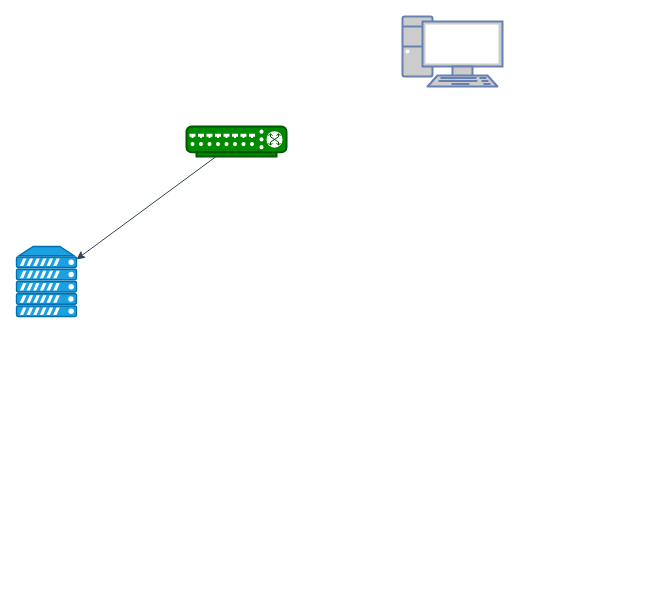
Above: Untitled Diagram.drawio in zhangluting123/drawio (draw.io), before the change. Source tidied: cells renumbered, new cells numbered last; positions are measured from the earlier drawing's top-left corner, leaving out a move shared by most shapes. Both pictures are drawn from the tidied source at 100%, with x=0, y=0 at pixel (16, 16).
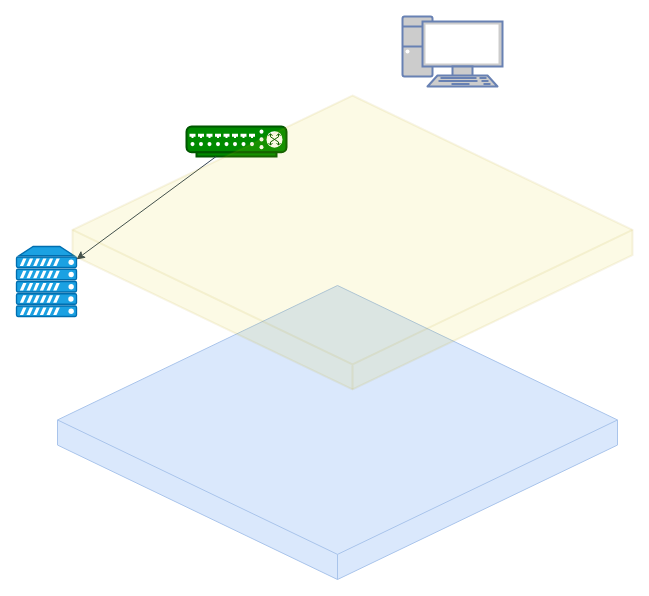
The same diagram, later.

The edit, as a diff of the source:
```diff
@@
 <mxGraphModel background="#FFFFFF">
   <root>
     <mxCell id="0" />
     <mxCell id="1" parent="0" />
     <mxCell id="2" style="verticalAlign=top;verticalLabelPosition=bottom;labelPosition=center;align=center;html=1;outlineConnect=0;fillColor=#008a00;strokeColor=#005700;gradientDirection=north;strokeWidth=2;shape=mxgraph.networks.switch;fontColor=#ffffff;rounded=0;" parent="1" vertex="1">
       <mxGeometry x="170" y="110" width="100" height="30" as="geometry" />
     </mxCell>
     <mxCell id="3" style="verticalAlign=top;verticalLabelPosition=bottom;labelPosition=center;align=center;html=1;outlineConnect=0;fillColor=#1ba1e2;gradientDirection=north;strokeWidth=2;shape=mxgraph.networks.server;strokeColor=#006EAF;fontColor=#ffffff;rounded=0;" parent="1" vertex="1">
       <mxGeometry y="230" width="60" height="70" as="geometry" />
     </mxCell>
     <mxCell id="4" style="fontColor=#0066CC;verticalAlign=top;verticalLabelPosition=bottom;labelPosition=center;align=center;html=1;fillColor=#CCCCCC;strokeColor=#6881B3;gradientColor=none;gradientDirection=north;strokeWidth=2;shape=mxgraph.networks.pc;rounded=0;" parent="1" vertex="1">
       <mxGeometry x="386" width="100" height="70" as="geometry" />
     </mxCell>
     <mxCell id="5" style="endArrow=classic;html=1;rounded=0;fillColor=#647687;strokeColor=#314354;" parent="1" edge="1" source="2" target="3">
       <mxGeometry relative="1" as="geometry" />
     </mxCell>
+    <mxCell id="6" style="html=1;whiteSpace=wrap;shape=isoCube2;backgroundOutline=1;isoAngle=15;fillColor=#dae8fc;strokeColor=#A9C4EB;" parent="1" vertex="1">
+      <mxGeometry x="41" y="269" width="560" height="294" as="geometry" />
+    </mxCell>
+    <mxCell id="7" style="html=1;whiteSpace=wrap;shape=isoCube2;backgroundOutline=1;isoAngle=15;fillColor=#e3c800;fontColor=#000000;strokeColor=#AB9100;opacity=10;strokeWidth=2;" parent="1" vertex="1">
+      <mxGeometry x="56" y="79" width="560" height="294" as="geometry" />
+    </mxCell>
   </root>
 </mxGraphModel>
```
